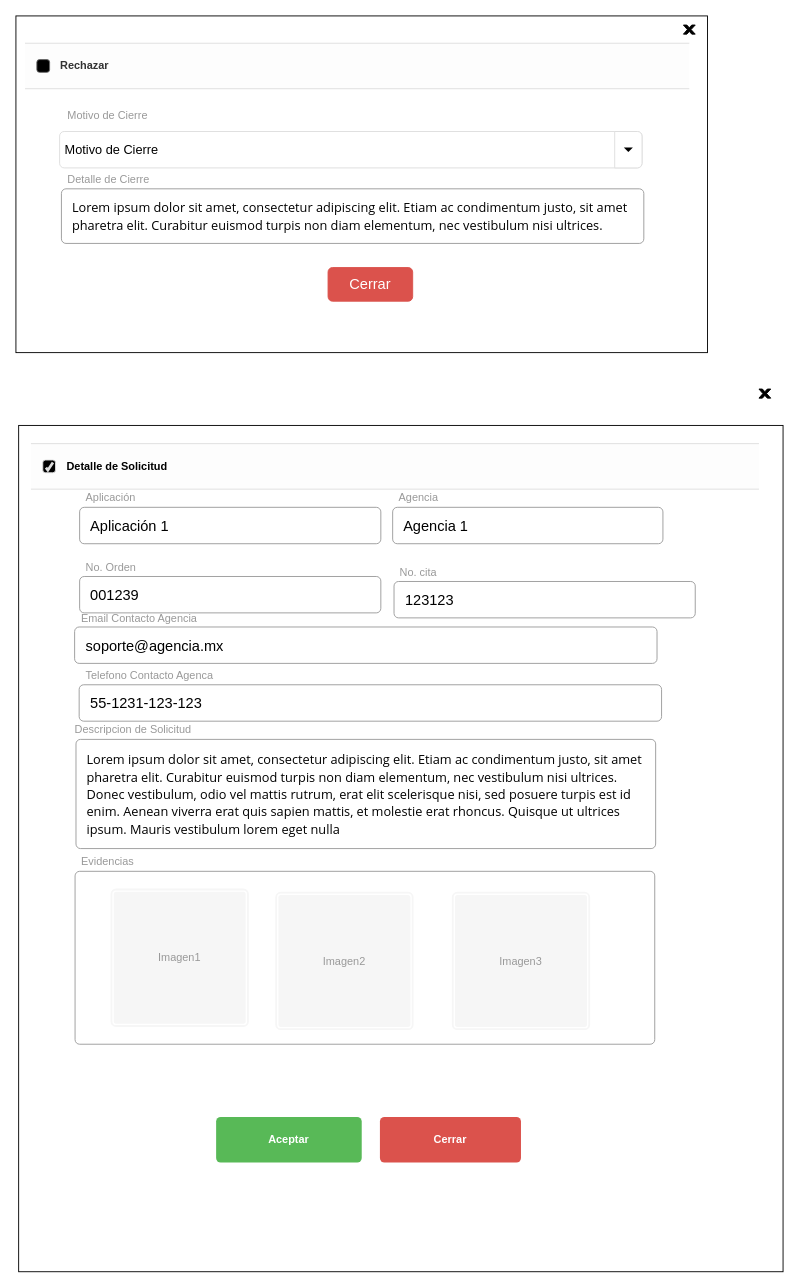
This is page "Botones-Desplegables-Consultor" (2 of 7) of Mockups/MesaDeAyuda UI.drawio from emmanuelvalentin99/gum-asuntos, a draw.io file, before an edit. Source tidied: cells renumbered, new cells numbered last; positions are measured from the earlier drawing's top-left corner, leaving out a move shared by most shapes. Both pictures are drawn from the tidied source at 91%, with x=0, y=0 at pixel (15, 15).
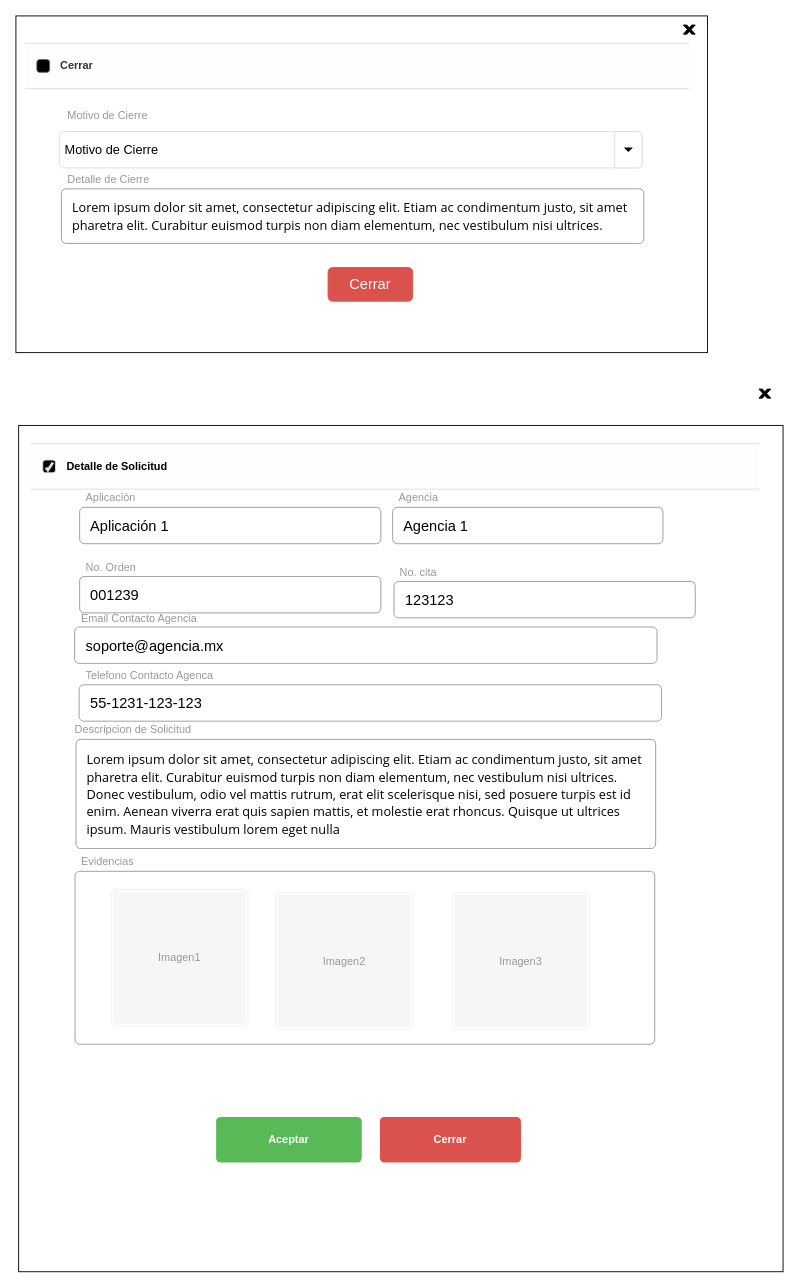
The same diagram, later.

Unchanged cells that the change refers to:
```xml
<mxCell id="3" style="html=1;shadow=0;dashed=0;shape=mxgraph.bootstrap.horLines;strokeColor=#dddddd;fillColor=#fdfdfd;" parent="1" vertex="1">
  <mxGeometry x="10" y="30" width="730" height="50" as="geometry" />
</mxCell>
```

The edit, as a diff of the source:
```diff
@@
-    <mxCell id="4" value="Rechazar" style="html=1;shadow=0;dashed=0;shape=mxgraph.bootstrap.rrect;rSize=3;strokeColor=#666666;fillColor=#000000;align=left;labelPosition=right;spacingLeft=10;fontStyle=1;fontColor=#333333;" parent="3" vertex="1">
+    <mxCell id="4" value="Cerrar" style="html=1;shadow=0;dashed=0;shape=mxgraph.bootstrap.rrect;rSize=3;strokeColor=#666666;fillColor=#000000;align=left;labelPosition=right;spacingLeft=10;fontStyle=1;fontColor=#333333;" parent="3" vertex="1">
       <mxGeometry y="0.5" width="14" height="14" relative="1" as="geometry">
         <mxPoint x="13" y="-7" as="offset" />
       </mxGeometry>
     </mxCell>
```
